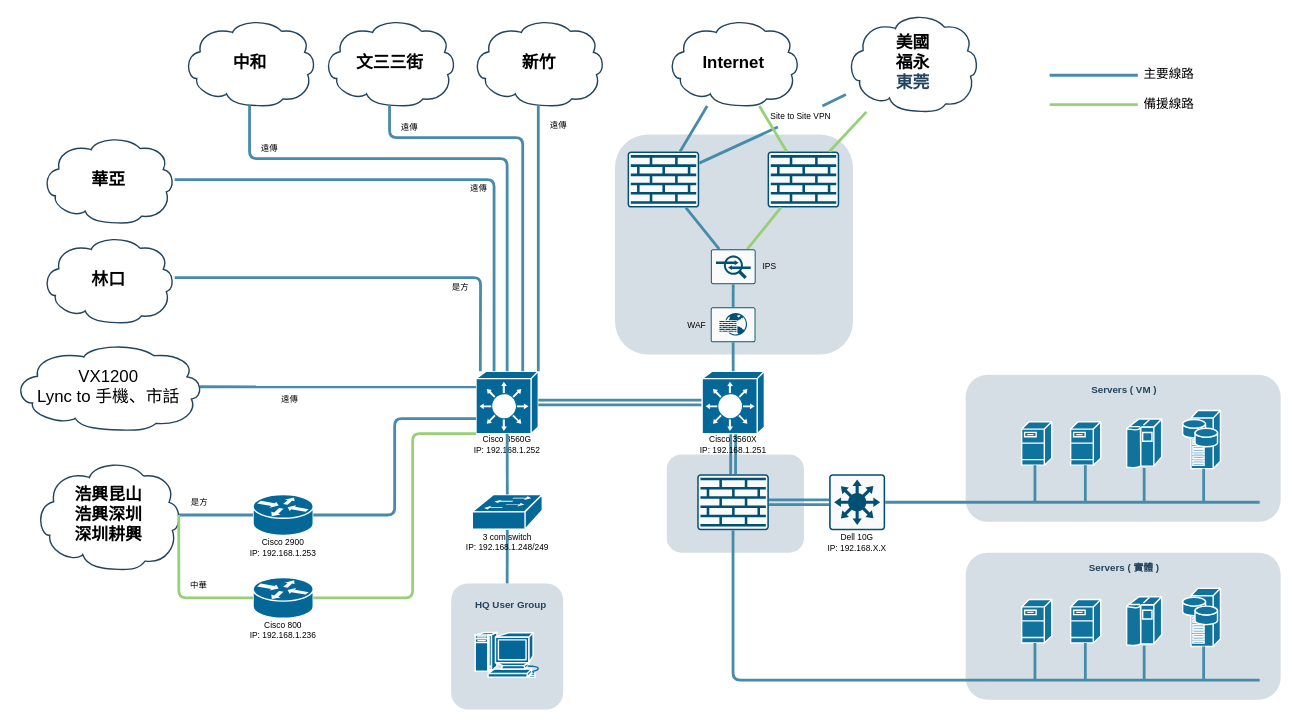
KevinKuo2519/AI-Prpgram keeps this draw.io diagram as HQ-V3.drawio. Above is the earlier version. Source tidied: cells renumbered, new cells numbered last; positions are measured from the earlier drawing's top-left corner, leaving out a move shared by most shapes. Both pictures are drawn from the tidied source at 70%, with x=0, y=0 at pixel (13, 13).
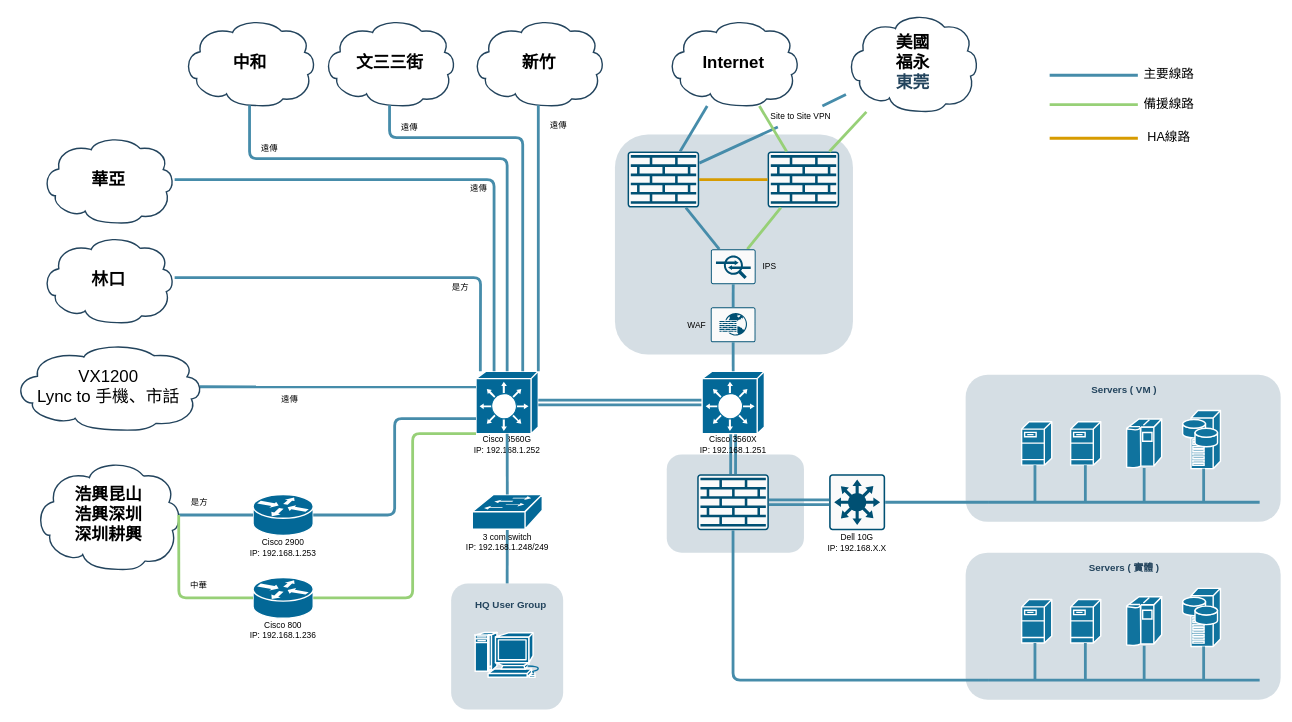
The same diagram, later.

The change refers to these unchanged cells:
```xml
<mxCell id="93" style="sketch=0;points=[[0.015,0.015,0],[0.985,0.015,0],[0.985,0.985,0],[0.015,0.985,0],[0.25,0,0],[0.5,0,0],[0.75,0,0],[1,0.25,0],[1,0.5,0],[1,0.75,0],[0.75,1,0],[0.5,1,0],[0.25,1,0],[0,0.75,0],[0,0.5,0],[0,0.25,0]];verticalLabelPosition=bottom;html=1;verticalAlign=top;align=center;shape=mxgraph.cisco19.rect;prIcon=firewall;fillColor=#FAFAFA;strokeColor=#005073;" parent="1" vertex="1">
  <mxGeometry x="878" y="198" width="102.4" height="80" as="geometry" />
</mxCell>
<mxCell id="94" style="sketch=0;points=[[0.015,0.015,0],[0.985,0.015,0],[0.985,0.985,0],[0.015,0.985,0],[0.25,0,0],[0.5,0,0],[0.75,0,0],[1,0.25,0],[1,0.5,0],[1,0.75,0],[0.75,1,0],[0.5,1,0],[0.25,1,0],[0,0.75,0],[0,0.5,0],[0,0.25,0]];verticalLabelPosition=bottom;html=1;verticalAlign=top;align=center;shape=mxgraph.cisco19.rect;prIcon=firewall;fillColor=#FAFAFA;strokeColor=#005073;" parent="1" vertex="1">
  <mxGeometry x="1078" y="198" width="102.4" height="80" as="geometry" />
</mxCell>
```

Change to the diagram source:
```diff
@@
+    <mxCell id="110" style="rounded=1;jettySize=auto;html=1;endArrow=none;endFill=0;strokeColor=#d79b00;strokeWidth=4;fillColor=#ffe6cc;" parent="1" edge="1" source="93" target="94">
+      <mxGeometry relative="1" as="geometry" />
+    </mxCell>
+    <mxCell id="111" style="group;" parent="1" vertex="1">
+      <mxGeometry x="1481" y="158" width="220" height="40" as="geometry" />
+    </mxCell>
+    <mxCell id="112" style="rounded=1;orthogonalLoop=1;jettySize=auto;html=1;entryX=0;entryY=0.5;entryDx=0;entryDy=0;entryPerimeter=0;endArrow=none;endFill=0;strokeColor=#d79b00;strokeWidth=4;fillColor=#ffe6cc;" parent="111" edge="1">
+      <mxGeometry relative="1" as="geometry">
+        <mxPoint y="21" as="sourcePoint" />
+        <mxPoint x="126" y="21" as="targetPoint" />
+      </mxGeometry>
+    </mxCell>
+    <mxCell id="113" value="&lt;font style=&quot;font-size: 18px;&quot;&gt;HA線路&lt;/font&gt;" style="text;html=1;align=center;verticalAlign=middle;strokeColor=none;fillColor=none;" parent="111" vertex="1">
+      <mxGeometry x="130" width="80" height="40" as="geometry" />
+    </mxCell>
```
